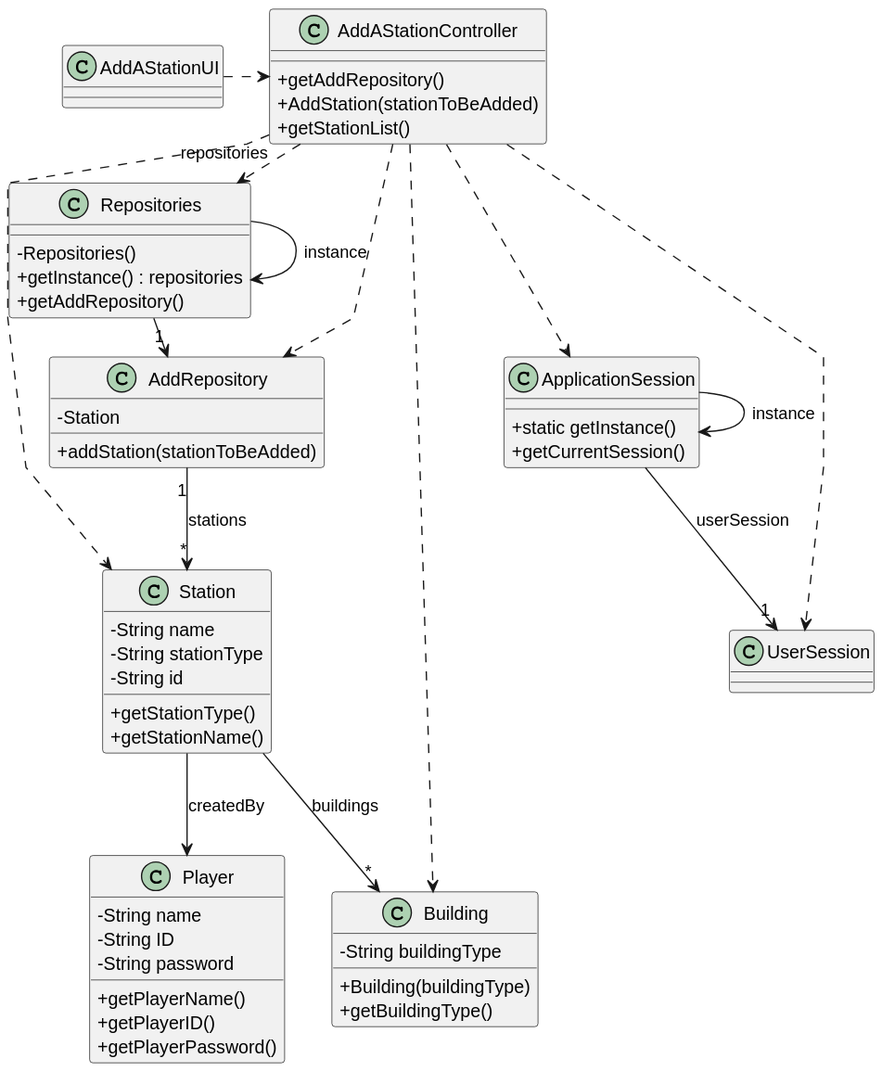
Before: docs/sprint2/us005/03.design/svg/us005-class-diagram.svg, a diagram exported from PlantUML (ivasduarte/all-aboard).
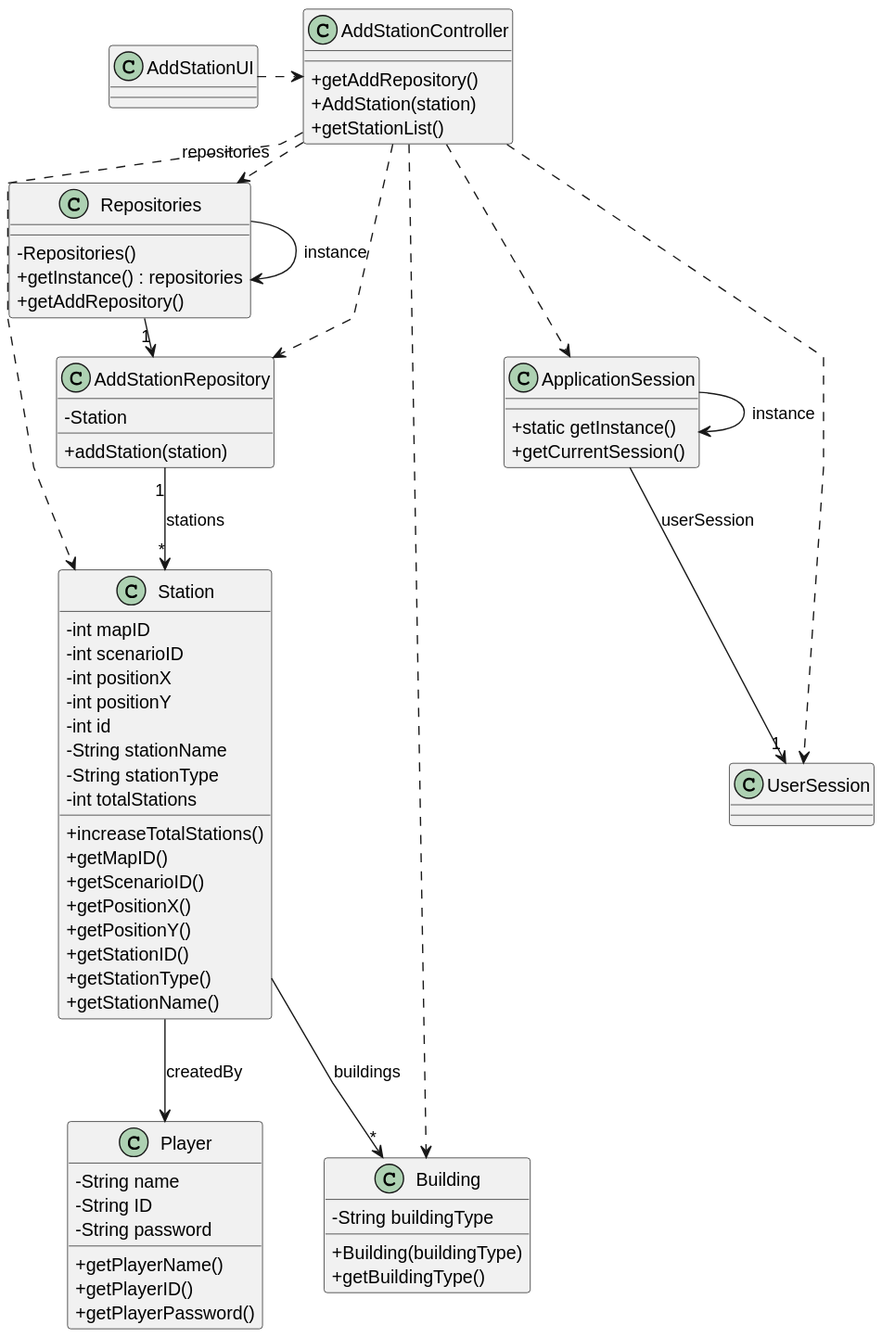
After the commit.

Commit message:
US005(docs): Changed Class and Sequence Diagram

What changed in the source:
```diff
@@ -24,9 +24,21 @@
 
 
 class Station {
-    - String name
+    - int mapID
+    - int scenarioID
+    - int positionX
+    - int positionY
+    - int id
+    - String stationName
     - String stationType
-    - String id
+    - int totalStations
+
+    + increaseTotalStations()
+    + getMapID()
+    + getScenarioID()
+    + getPositionX()
+    + getPositionY()
+    + getStationID()
     + getStationType()
     + getStationName()
 }
@@ -37,12 +49,12 @@
     + getBuildingType()
 }
 
-class AddAStationUI {
+class AddStationUI {
 }
 
-class AddAStationController {
+class AddStationController {
     + getAddRepository()
-    + AddStation(stationToBeAdded)
+    + AddStation(station)
     + getStationList()
 }
 
@@ -52,29 +64,29 @@
     + getAddRepository()
 }
 
-class AddRepository {
+class AddStationRepository {
     - Station
-    + addStation(stationToBeAdded)
+    + addStation(station)
 }
 
 Repositories -> Repositories : instance
 ApplicationSession -> ApplicationSession : instance
 
-AddAStationUI .> AddAStationController
+AddStationUI .> AddStationController
 
-AddAStationController .> Repositories : repositories
+AddStationController .> Repositories : repositories
 
-Repositories -> "1" AddRepository
-AddAStationController ..> Station
-AddAStationController ..> Building
-AddAStationController ..> AddRepository
+Repositories -> "1" AddStationRepository
+AddStationController ..> Station
+AddStationController ..> Building
+AddStationController ..> AddStationRepository
 
 ApplicationSession --> "1" UserSession : userSession
 
-AddAStationController ..> ApplicationSession
-AddAStationController ..> UserSession
+AddStationController ..> ApplicationSession
+AddStationController ..> UserSession
 
-AddRepository "1" --> "*" Station : stations
+AddStationRepository "1" --> "*" Station : stations
 
 Station --> Player : createdBy
 Station --> "*" Building : buildings
```
